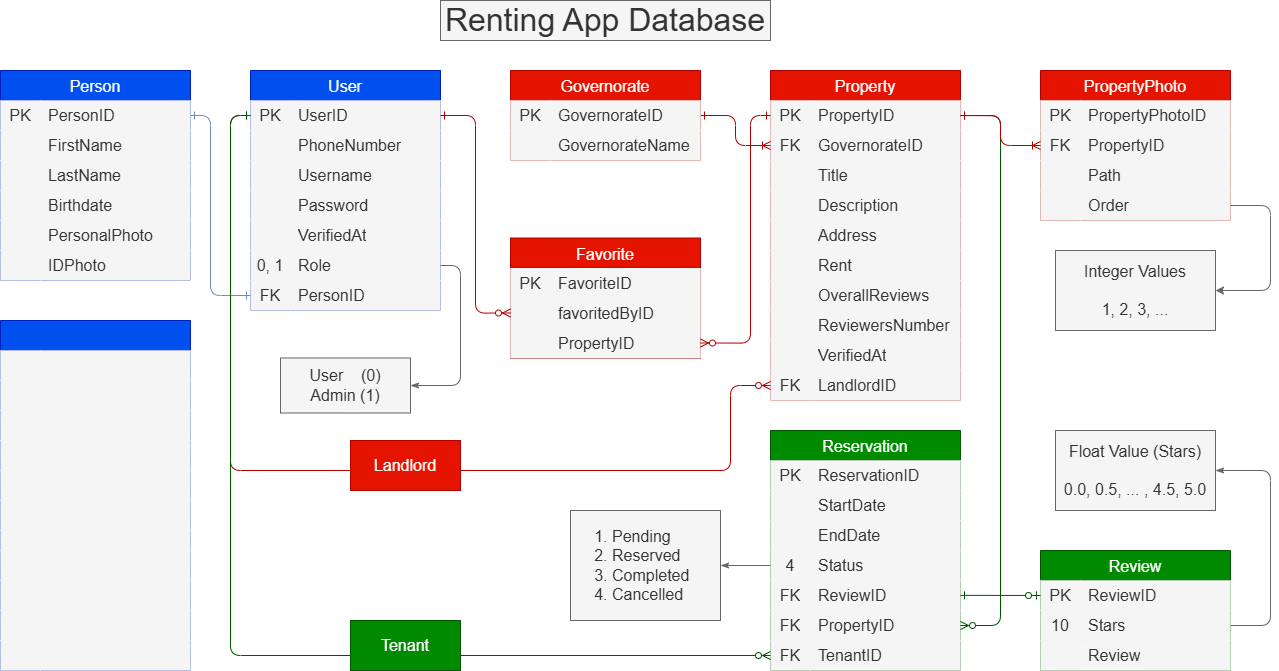
Above: database/diagrams/renting_app_database.png in KareemAlHamwi/Renting-App (draw.io), before the change. Source tidied: cells renumbered, new cells last; positions are measured from the earlier drawing's top-left corner, leaving out a move shared by most shapes.
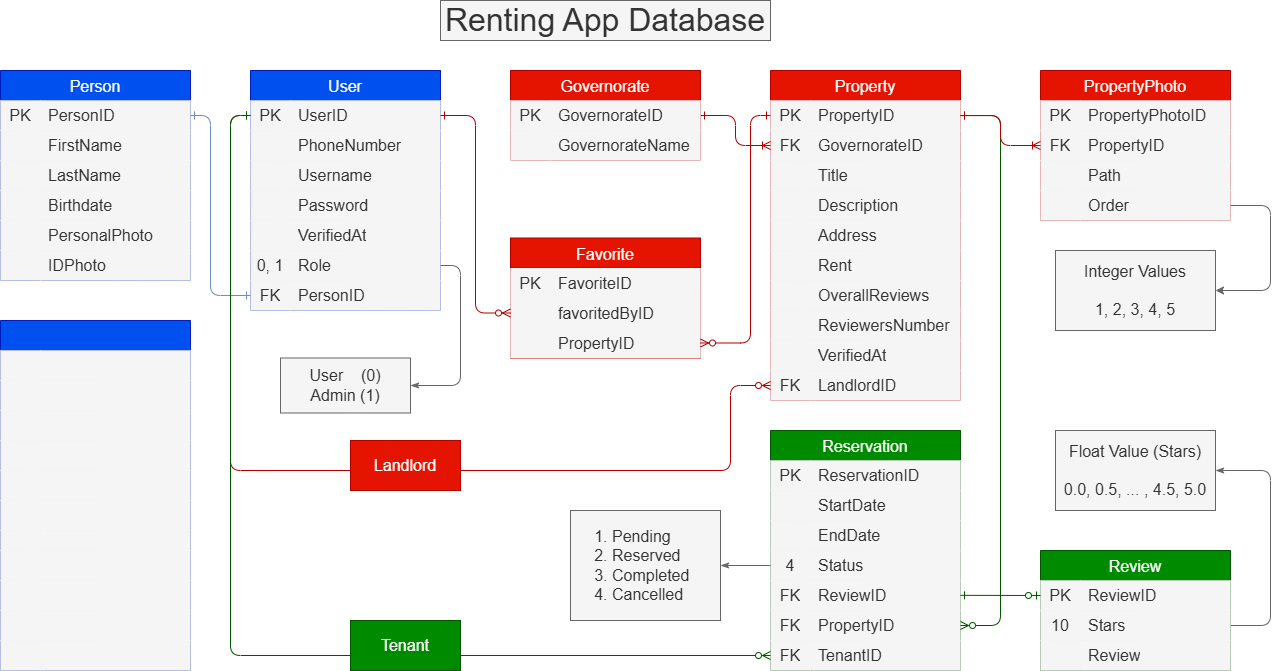
After the commit.

The edit, as a diff of the source:
```diff
@@ -442,7 +442,7 @@
         <mxPoint x="960" y="594.8" as="targetPoint" />
       </mxGeometry>
     </mxCell>
-    <mxCell id="137" value="&lt;font style=&quot;&quot;&gt;Integer Values&lt;br&gt;&lt;br&gt;1, 2, 3, ...&lt;/font&gt;" style="rounded=0;whiteSpace=wrap;html=1;align=center;fontSize=16;shadow=0;fillColor=#f5f5f5;strokeColor=light-dark(#666666,#F7F7F7);fontColor=light-dark(#333333,#FFFFFF);" parent="1" vertex="1">
+    <mxCell id="137" value="&lt;font style=&quot;&quot;&gt;Integer Values&lt;br&gt;&lt;br&gt;1, 2, 3, 4, 5&lt;/font&gt;" style="rounded=0;whiteSpace=wrap;html=1;align=center;fontSize=16;shadow=0;fillColor=#f5f5f5;strokeColor=light-dark(#666666,#F7F7F7);fontColor=light-dark(#333333,#FFFFFF);" parent="1" vertex="1">
       <mxGeometry x="1055" y="250" width="160" height="80" as="geometry" />
     </mxCell>
     <mxCell id="138" value="&lt;div&gt;&lt;font style=&quot;&quot;&gt;Float Value (Stars)&lt;br&gt;&lt;br&gt;0.0, 0.5, ... , 4.5, 5.0&lt;/font&gt;&lt;/div&gt;" style="rounded=0;whiteSpace=wrap;html=1;align=center;fontSize=16;shadow=0;fillColor=#f5f5f5;strokeColor=light-dark(#666666,#FFFFFF);fontColor=light-dark(#333333,#FFFFFF);" parent="1" vertex="1">
```
